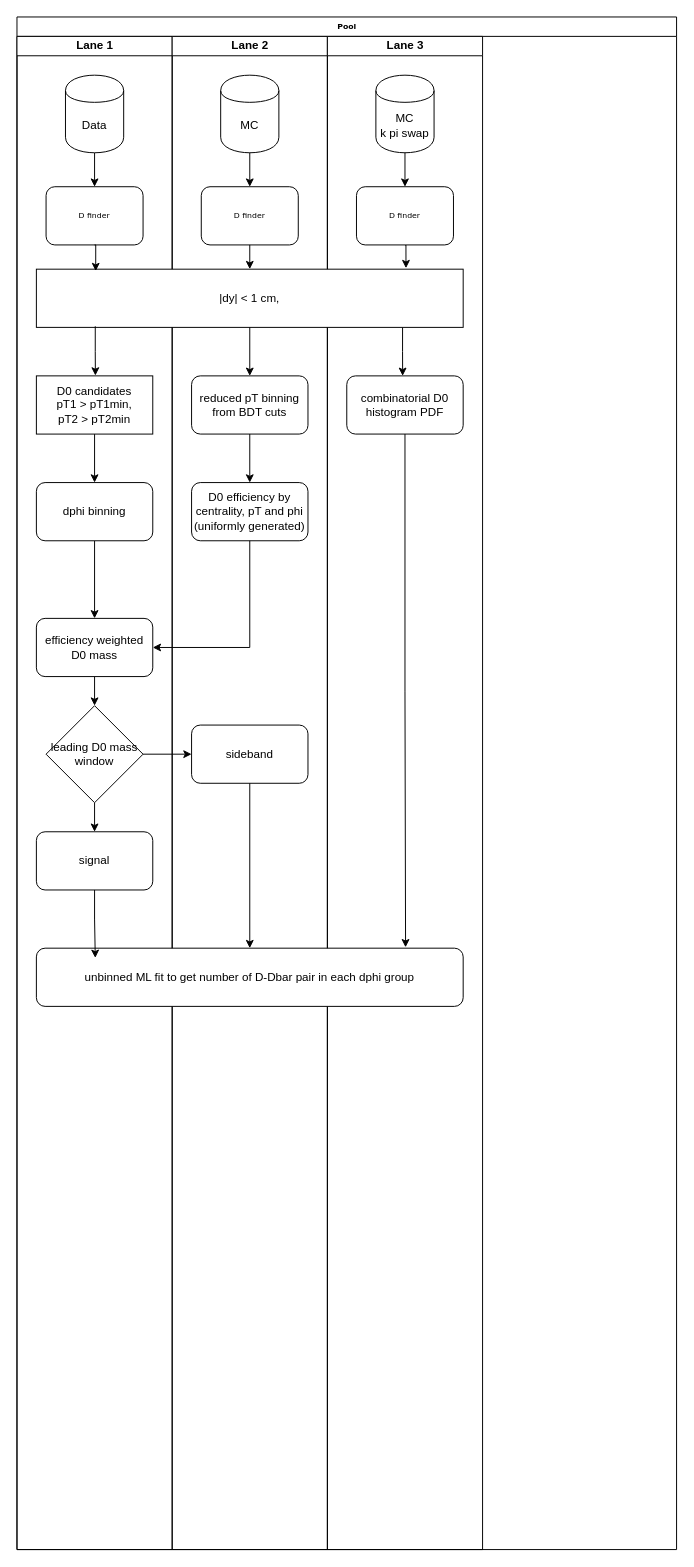
Earlier version of the draw.io diagram mainana/analysis_flow.drawio (boundino/ddbarCorr). Source tidied: cells renumbered, new cells numbered last; positions are measured from the earlier drawing's top-left corner, leaving out a move shared by most shapes. Both pictures are drawn from the tidied source at 97%, with x=0, y=0 at pixel (16, 16).
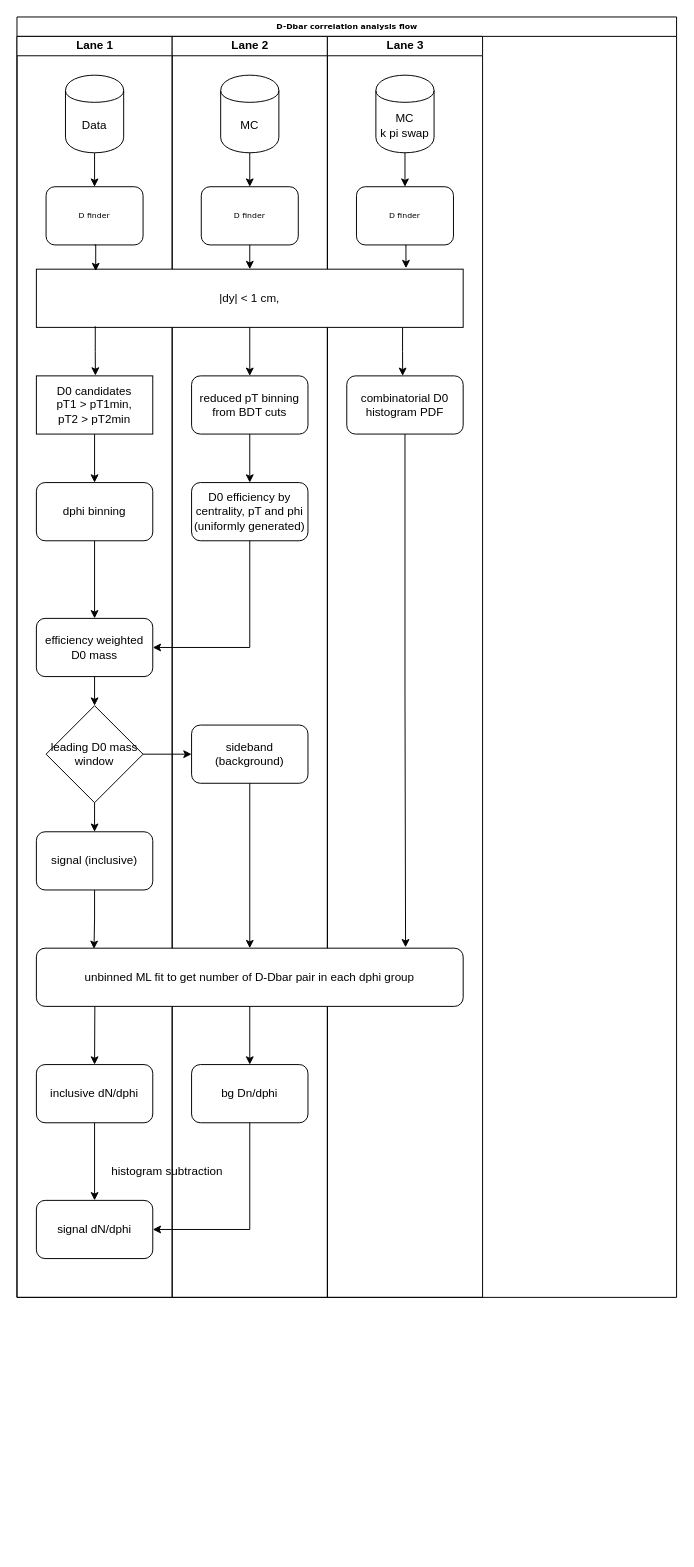
Above is the later version.

Unchanged cells that the change refers to:
```xml
<mxCell id="33" value="unbinned ML fit to get number of D-Dbar pair in each dphi group " style="rounded=1;whiteSpace=wrap;html=1;" parent="24" vertex="1">
  <mxGeometry x="-300" y="940" width="440" height="60" as="geometry" />
</mxCell>
```

What changed in the source:
```diff
@@
-    <mxCell id="2" value="Pool" style="swimlane;html=1;startSize=20;rounded=0;shadow=0;labelBackgroundColor=none;strokeWidth=1;fontFamily=Verdana;fontSize=8;align=center;" parent="1" vertex="1">
-      <mxGeometry width="680" height="1580" as="geometry" />
+    <mxCell id="2" value="D-Dbar correlation analysis flow" style="swimlane;html=1;startSize=20;rounded=0;shadow=0;labelBackgroundColor=none;strokeWidth=1;fontFamily=Verdana;fontSize=8;align=center;" parent="1" vertex="1">
+      <mxGeometry width="680" height="1320" as="geometry" />
     </mxCell>
     <mxCell id="3" value="Lane 1" style="swimlane;html=1;startSize=20;" parent="2" vertex="1">
-      <mxGeometry y="20" width="160" height="1560" as="geometry" />
+      <mxGeometry y="20" width="160" height="1300" as="geometry" />
     </mxCell>
@@
-    <mxCell id="15" value="signal " style="rounded=1;whiteSpace=wrap;html=1;" parent="3" vertex="1">
+    <mxCell id="15" value="signal (inclusive)" style="rounded=1;whiteSpace=wrap;html=1;" parent="3" vertex="1">
       <mxGeometry x="20" y="820" width="120" height="60" as="geometry" />
     </mxCell>
+    <mxCell id="42" style="edgeStyle=orthogonalEdgeStyle;rounded=0;jettySize=auto;html=1;" parent="3" edge="1" source="43" target="44">
+      <mxGeometry relative="1" as="geometry" />
+    </mxCell>
+    <mxCell id="43" value="inclusive dN/dphi" style="rounded=1;whiteSpace=wrap;html=1;" parent="3" vertex="1">
+      <mxGeometry x="20" y="1060" width="120" height="60" as="geometry" />
+    </mxCell>
+    <mxCell id="44" value="signal dN/dphi" style="rounded=1;whiteSpace=wrap;html=1;" parent="3" vertex="1">
+      <mxGeometry x="20" y="1200" width="120" height="60" as="geometry" />
+    </mxCell>
     <mxCell id="16" value="Lane 2" style="swimlane;html=1;startSize=20;" parent="2" vertex="1">
-      <mxGeometry x="160" y="20" width="160" height="1560" as="geometry" />
+      <mxGeometry x="160" y="20" width="160" height="1300" as="geometry" />
     </mxCell>
@@
-    <mxCell id="23" value="sideband" style="rounded=1;whiteSpace=wrap;html=1;" parent="16" vertex="1">
+    <mxCell id="23" value="sideband (background)" style="rounded=1;whiteSpace=wrap;html=1;" parent="16" vertex="1">
       <mxGeometry x="20" y="710" width="120" height="60" as="geometry" />
     </mxCell>
+    <mxCell id="45" value="bg Dn/dphi" style="rounded=1;whiteSpace=wrap;html=1;" parent="16" vertex="1">
+      <mxGeometry x="20" y="1060" width="120" height="60" as="geometry" />
+    </mxCell>
+    <mxCell id="46" value="histogram subtraction" style="text;html=1;strokeColor=none;fillColor=none;align=center;verticalAlign=middle;whiteSpace=wrap;rounded=0;" parent="16" vertex="1">
+      <mxGeometry x="-120" y="1160" width="230" height="20" as="geometry" />
+    </mxCell>
     <mxCell id="24" value="Lane 3" style="swimlane;html=1;startSize=20;" parent="2" vertex="1">
-      <mxGeometry x="320" y="20" width="160" height="1560" as="geometry" />
+      <mxGeometry x="320" y="20" width="160" height="1300" as="geometry" />
     </mxCell>
@@
-    <mxCell id="40" style="edgeStyle=orthogonalEdgeStyle;rounded=0;jettySize=auto;html=1;exitX=0.5;exitY=1;exitDx=0;exitDy=0;entryX=0.138;entryY=0.167;entryDx=0;entryDy=0;entryPerimeter=0;" parent="2" edge="1" source="15" target="33">
+    <mxCell id="40" style="edgeStyle=orthogonalEdgeStyle;rounded=0;jettySize=auto;html=1;exitX=0.5;exitY=1;exitDx=0;exitDy=0;entryX=0.135;entryY=0.012;entryDx=0;entryDy=0;entryPerimeter=0;" parent="2" edge="1" source="15" target="33">
       <mxGeometry relative="1" as="geometry" />
     </mxCell>
@@
+    <mxCell id="47" style="edgeStyle=orthogonalEdgeStyle;rounded=0;jettySize=auto;html=1;exitX=0.5;exitY=1;exitDx=0;exitDy=0;entryX=0.5;entryY=0;entryDx=0;entryDy=0;" parent="2" edge="1" source="33" target="45">
+      <mxGeometry relative="1" as="geometry" />
+    </mxCell>
+    <mxCell id="48" style="endArrow=classic;html=1;entryX=0.5;entryY=0;entryDx=0;entryDy=0;exitX=0.137;exitY=1.004;exitDx=0;exitDy=0;exitPerimeter=0;" parent="2" edge="1" source="33" target="43">
+      <mxGeometry relative="1" as="geometry" />
+    </mxCell>
+    <mxCell id="49" style="edgeStyle=orthogonalEdgeStyle;rounded=0;jettySize=auto;html=1;exitX=0.5;exitY=1;exitDx=0;exitDy=0;entryX=1;entryY=0.5;entryDx=0;entryDy=0;" parent="2" edge="1" source="45" target="44">
+      <mxGeometry relative="1" as="geometry" />
+    </mxCell>
```
